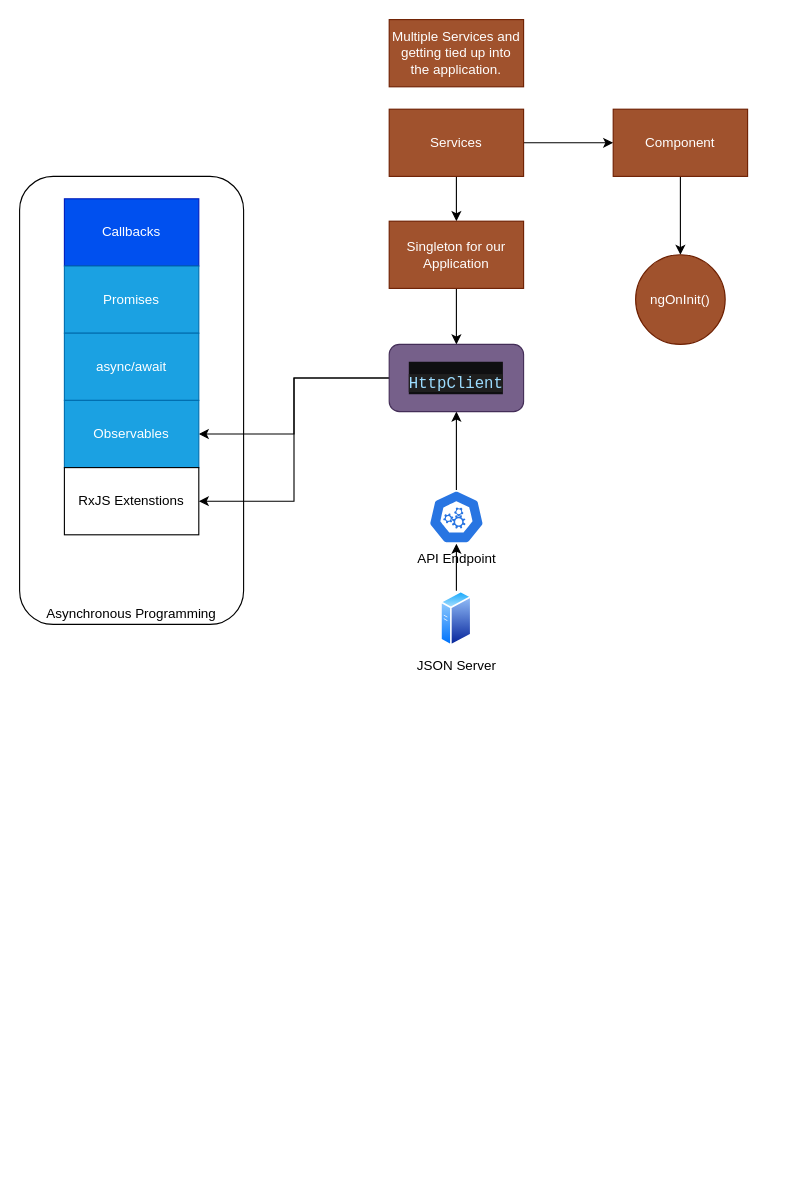
The draw.io diagram page "Services" (9 of 14) of drawings/draw-angular-gs.drawio in QUAGLO30JUN2025GIT-HUB/QUAGLO30JUN2025GIT-REPO, before the edit. Source tidied: cells renumbered, new cells numbered last; positions are measured from the earlier drawing's top-left corner, leaving out a move shared by most shapes. Both pictures are drawn from the tidied source at 112%, with x=0, y=0 at pixel (19, 19).
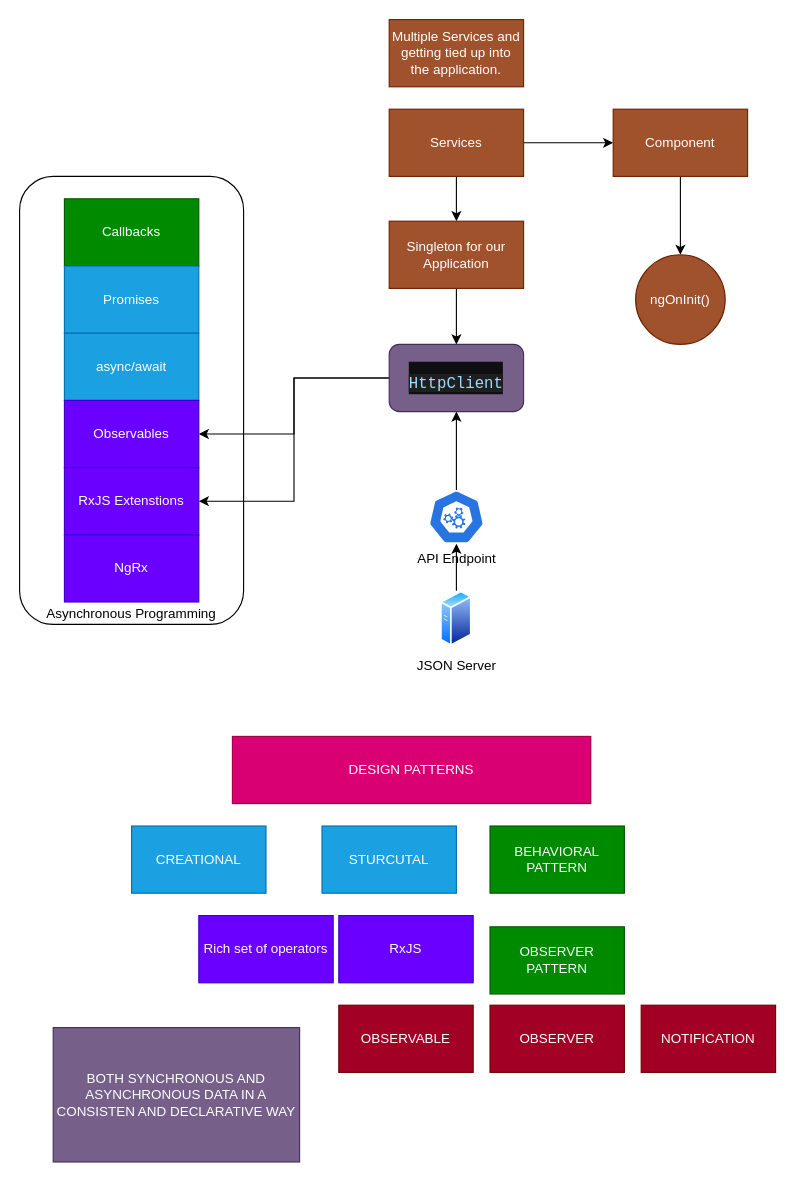
The same diagram, later.

The edit, as a diff of the source:
```diff
@@
-    <mxCell id="13" value="Callbacks" style="rounded=0;whiteSpace=wrap;html=1;fillColor=#0050ef;strokeColor=#001DBC;fontColor=#ffffff;" parent="1" vertex="1">
+    <mxCell id="13" value="Callbacks" style="rounded=0;whiteSpace=wrap;html=1;fillColor=#008a00;strokeColor=#005700;fontColor=#ffffff;" parent="1" vertex="1">
       <mxGeometry x="40" y="160" width="120" height="60" as="geometry" />
     </mxCell>
@@
-    <mxCell id="16" value="Observables" style="rounded=0;whiteSpace=wrap;html=1;fillColor=#1ba1e2;fontColor=#ffffff;strokeColor=#006EAF;" parent="1" vertex="1">
+    <mxCell id="16" value="Observables" style="rounded=0;whiteSpace=wrap;html=1;fillColor=#6a00ff;fontColor=#ffffff;strokeColor=#3700CC;" parent="1" vertex="1">
       <mxGeometry x="40" y="340" width="120" height="60" as="geometry" />
     </mxCell>
-    <mxCell id="17" value="RxJS Extenstions" style="rounded=0;whiteSpace=wrap;html=1;" parent="1" vertex="1">
+    <mxCell id="17" value="RxJS Extenstions" style="rounded=0;whiteSpace=wrap;html=1;fillColor=#6a00ff;fontColor=#ffffff;strokeColor=#3700CC;" parent="1" vertex="1">
       <mxGeometry x="40" y="400" width="120" height="60" as="geometry" />
     </mxCell>
@@
+    <mxCell id="24" value="NgRx" style="rounded=0;whiteSpace=wrap;html=1;fillColor=#6a00ff;fontColor=#ffffff;strokeColor=#3700CC;" parent="1" vertex="1">
+      <mxGeometry x="40" y="460" width="120" height="60" as="geometry" />
+    </mxCell>
+    <mxCell id="25" value="STURCUTAL" style="rounded=0;whiteSpace=wrap;html=1;fillColor=#1ba1e2;fontColor=#ffffff;strokeColor=#006EAF;" parent="1" vertex="1">
+      <mxGeometry x="270" y="720" width="120" height="60" as="geometry" />
+    </mxCell>
+    <mxCell id="26" value="CREATIONAL" style="rounded=0;whiteSpace=wrap;html=1;fillColor=#1ba1e2;fontColor=#ffffff;strokeColor=#006EAF;" parent="1" vertex="1">
+      <mxGeometry x="100" y="720" width="120" height="60" as="geometry" />
+    </mxCell>
+    <mxCell id="27" value="BEHAVIORAL PATTERN" style="rounded=0;whiteSpace=wrap;html=1;fillColor=#008a00;fontColor=#ffffff;strokeColor=#005700;" parent="1" vertex="1">
+      <mxGeometry x="420" y="720" width="120" height="60" as="geometry" />
+    </mxCell>
+    <mxCell id="28" value="DESIGN PATTERNS" style="rounded=0;whiteSpace=wrap;html=1;fillColor=#d80073;fontColor=#ffffff;strokeColor=#A50040;" parent="1" vertex="1">
+      <mxGeometry x="190" y="640" width="320" height="60" as="geometry" />
+    </mxCell>
+    <mxCell id="29" value="OBSERVER PATTERN" style="rounded=0;whiteSpace=wrap;html=1;fillColor=#008a00;fontColor=#ffffff;strokeColor=#005700;" parent="1" vertex="1">
+      <mxGeometry x="420" y="810" width="120" height="60" as="geometry" />
+    </mxCell>
+    <mxCell id="30" value="OBSERVABLE" style="rounded=0;whiteSpace=wrap;html=1;fillColor=#a20025;fontColor=#ffffff;strokeColor=#6F0000;" parent="1" vertex="1">
+      <mxGeometry x="285" y="880" width="120" height="60" as="geometry" />
+    </mxCell>
+    <mxCell id="31" value="OBSERVER" style="rounded=0;whiteSpace=wrap;html=1;fillColor=#a20025;fontColor=#ffffff;strokeColor=#6F0000;" parent="1" vertex="1">
+      <mxGeometry x="420" y="880" width="120" height="60" as="geometry" />
+    </mxCell>
+    <mxCell id="32" value="NOTIFICATION" style="rounded=0;whiteSpace=wrap;html=1;fillColor=#a20025;fontColor=#ffffff;strokeColor=#6F0000;" parent="1" vertex="1">
+      <mxGeometry x="555" y="880" width="120" height="60" as="geometry" />
+    </mxCell>
+    <mxCell id="33" value="RxJS" style="rounded=0;whiteSpace=wrap;html=1;fillColor=#6a00ff;fontColor=#ffffff;strokeColor=#3700CC;" parent="1" vertex="1">
+      <mxGeometry x="285" y="800" width="120" height="60" as="geometry" />
+    </mxCell>
+    <mxCell id="34" value="Rich set of operators" style="rounded=0;whiteSpace=wrap;html=1;fillColor=#6a00ff;fontColor=#ffffff;strokeColor=#3700CC;" parent="1" vertex="1">
+      <mxGeometry x="160" y="800" width="120" height="60" as="geometry" />
+    </mxCell>
+    <mxCell id="35" value="BOTH SYNCHRONOUS AND ASYNCHRONOUS DATA IN A CONSISTEN AND DECLARATIVE WAY" style="rounded=0;whiteSpace=wrap;html=1;fillColor=#76608a;fontColor=#ffffff;strokeColor=#432D57;" parent="1" vertex="1">
+      <mxGeometry x="30" y="900" width="220" height="120" as="geometry" />
+    </mxCell>
```
